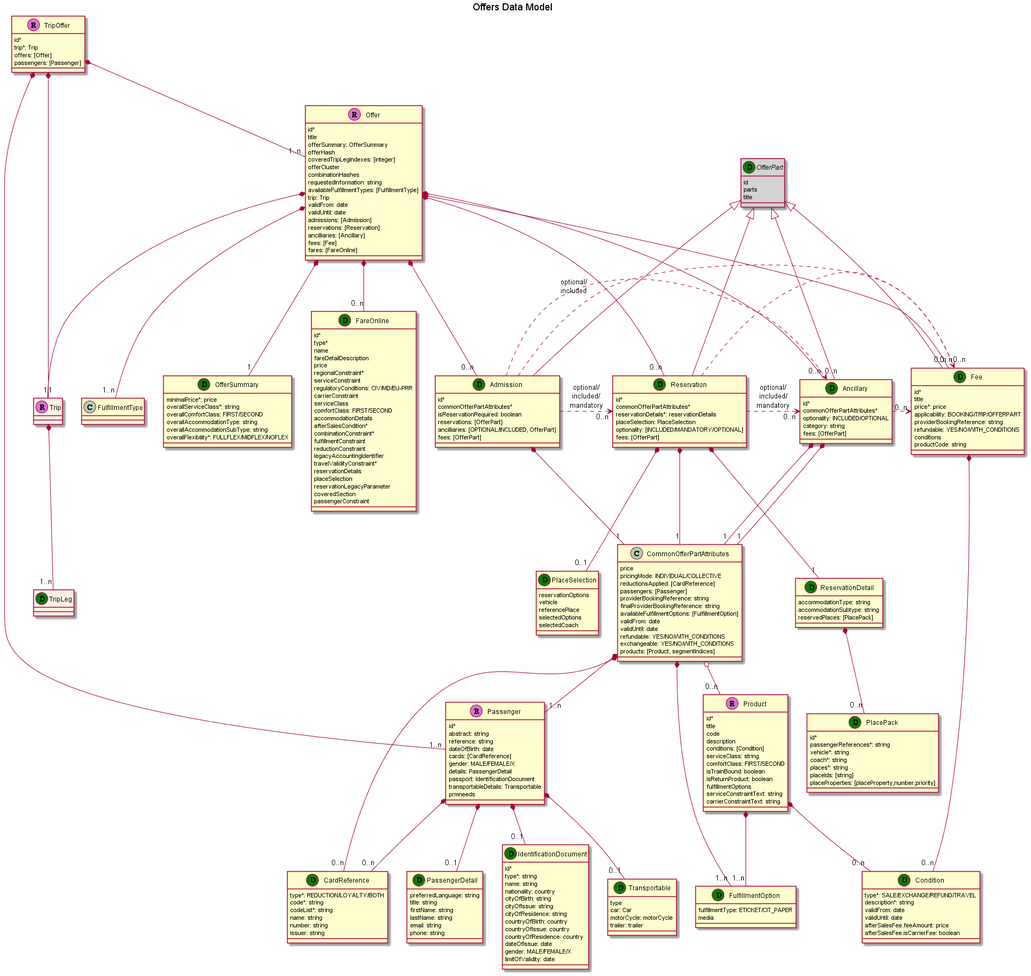
The PlantUML diagram images/models/offers-data-model.png in UnionInternationalCheminsdeFer/OSDM, before a commit. The source it was exported from:
```plantuml
@startuml
title: Offers Data Model

class Trip <<R,Orchid>> #linen {
}

Trip *-- "1..n" TripLeg

class TripLeg <<D, Green>> #linen {
}

class TripOffer <<R,orchid>>  {
  id*
  trip*: Trip
  offers: [Offer]
  passengers: [Passenger]
}

TripOffer *-- "1..n" Offer
TripOffer *-- "1..n" Passenger
TripOffer *-- "1" Trip

class Offer <<R,orchid>> {
  id*
  title
  offerSummary: OfferSummary
  offerHash
  coveredTripLegIndexes: [integer]
  offerCluster
  combinationHashes
  requestedInformation: string
  availableFulfillmentTypes: [FulfillmentType]
  trip: Trip
  validFrom: date
  validUntil: date
  admissions: [Admission]
  reservations: [Reservation]
  ancilliaries: [Ancillary]
  fees: [Fee]
  fares: [FareOnline]
}

Offer *-- "0..n" Admission
Offer *-- "0..n" Reservation
Offer *-- "0..n" Ancillary
Offer *-- "0..n" Fee
Offer *-- "0..n" FareOnline
Offer *-- "1" Trip
Offer *-- "1..n" FulfillmentType
Offer *-- "1" OfferSummary

class OfferSummary <<D,green>> {
  minimalPrice*: price
  overallServiceClass*: string
  overallComfortClass: FIRST/SECOND
  overallAccommodationType: string
  overallAccommodationSubType: string
  overallFlexibility*: FULLFLEX/MIDFLEX/NOFLEX
}

abstract class OfferPart <<D,green>> #lightgrey {
  id
  parts
  title
}

OfferPart <|-- Admission
OfferPart <|-- Reservation
OfferPart <|-- Ancillary
OfferPart <|-- Fee

class CommonOfferPartAttributes {
  price
  pricingMode: INDIVIDUAL/COLLECTIVE
  reductionsApplied: [CardReference]
  passengers: [Passenger]
  providerBookingReference: string
  finalProviderBookingReference: string
  availableFulfillmentOptions: [FulfillmentOption]
  validFrom: date
  validUntil: date
  refundable: YES/NO/WITH_CONDITIONS
  exchangeable: YES/NO/WITH_CONDITIONS
  products: [Product, segmentIndices]
}

CommonOfferPartAttributes *-- "0..n" CardReference
CommonOfferPartAttributes *-- "1..n" Passenger
CommonOfferPartAttributes *-- "1..n" FulfillmentOption
CommonOfferPartAttributes o-- "0..n" Product

class Ancillary <<D,green>> {
  id*
  commonOfferPartAttributes*
  optionality: INCLUDED/OPTIONAL
  category: string
  fees: [OfferPart]
}

Ancillary *-- "1" CommonOfferPartAttributes
Ancillary *-- "1" CommonOfferPartAttributes
Ancillary .>"0..n" Fee


class Admission <<D,green>> {
  id*
  commonOfferPartAttributes*
  isReservationRequired: boolean
  reservations: [OfferPart]
  ancilliaries: [OPTIONAL/INCLUDED, OfferPart]
  fees: [OfferPart]
}

Admission *-- "1" CommonOfferPartAttributes
Admission .>"0..n" Reservation:optional/\nincluded/\nmandatory
Admission .>"0..n" Ancillary:optional/\nincluded
Admission .>"0..n" Fee

class Reservation <<D,green>> {
  id*
  commonOfferPartAttributes*
  reservationDetails*: reservationDetails
  placeSelection: PlaceSelection
  optionality: [INCLUDED/MANDATORY/OPTIONAL]
  fees: [OfferPart]
}

Reservation *-- "1" CommonOfferPartAttributes
Reservation *-- "1" ReservationDetail
Reservation *-- "0..1" PlaceSelection
Reservation .>"0..n" Fee
Reservation .>"0..n" Ancillary:optional/\nincluded/\nmandatory

class ReservationDetail<<D,green>> {
  accommodationType: string
  accommodationSubtype: string
  reservedPlaces: [PlacePack]
}

ReservationDetail *-- "0..n" PlacePack

class PlacePack<<D,green>> {
  id*
  passengerReferences*: string
  vehicle*: string
  coach*: string
  places*: string
  placeIds: [string]
  placeProperties: [placeProperty,number,priority]
}

class PlaceSelection<<D,green>> {
  reservationOptions
  vehicle
  referencePlace
  selectedOptions
  selectedCoach
}

class Fee<<D,green>> {
  id*
  title
  price*: price
  applicability: BOOKING/TRIP/OFFERPART
  providerBookingReference: string
  refundable: YES/NO/WITH_CONDITIONS
  conditions
  productCode: string
}

Fee *-- "0..n" Condition

class Product <<R,orchid>> {
  id*
  title
  code
  description
  conditions: [Condition]
  serviceClass: string
  comfortClass: FIRST/SECOND
  isTrainBound: boolean
  isReturnProduct: boolean
  fulfillmentOptions
  serviceConstraintText: string
  carrierConstraintText: string
}

Product *-- "0..n" Condition
Product *-- "1..n" FulfillmentOption

class Condition<<D,green>> {
  type*: SALE/EXCHANGE/REFUND/TRAVEL
  description*: string
  validFrom: date
  validUntil: date
  afterSalesFee.feeAmount: price
  afterSalesFee.isCarrierFee: boolean
}

class FulfillmentOption<<D,green>> {
  fulfillmentType: ETICKET/CIT_PAPER
  media
}

class Passenger <<R, orchid>> {
  id*
  abstract: string
  reference: string
  dateOfBirth: date
  cards: [CardReference]
  gender: MALE/FEMALE/X
  details: PassengerDetail
  passport: IdentificationDocument
  transportableDetails: Transportable
  prmneeds
}

Passenger *-- "0..n" CardReference
Passenger *-- "0..1" PassengerDetail
Passenger *-- "0..1" IdentificationDocument
Passenger *-- "0..1" Transportable

class PassengerDetail<<D,green>> {
  preferredLanguage: string
  title: string
  firstName: string
  lastName: string
  email: string
  phone: string
}

class CardReference<<D,green>> {
  type*: REDUCTION/LOYALTY/BOTH
  code*: string
  codeList*: string
  name: string
  number: string
  issuer: string
}

class IdentificationDocument<<D,green>> {
  id*
  type*: string
  name: string
  nationality: country
  cityOfBirth: string
  cityOfIssue: string
  cityOfResidence: string
  countryOfBirth: country
  countryOfIssue: country
  countryOfResidence: country
  dateOfIssue: date
  gender: MALE/FEMALE/X
  limitOfValidity: date
}

class Transportable<<D,green>> {
  type
  car: Car
  motorCycle: motorCycle
  trailer: trailer
}

class FareOnline <<D,green>> {
  id*
  type*
  name
  fareDetailDescription
  price
  regionalConstraint*
  serviceConstraint
  regulatoryConditions: CIV/MD/EU-PRR
  carrierConstraint
  serviceClass
  comfortClass: FIRST/SECOND
  accommodationDetails
  afterSalesCondition*
  combinationConstraint*
  fulfillmentConstraint
  reductionConstraint
  legacyAccountingIdentifier
  travelValidityConstraint*
  reservationDetails
  placeSelection
  reservationLegacyParameter
  coveredSection
  passengerConstraint
}
@enduml
```
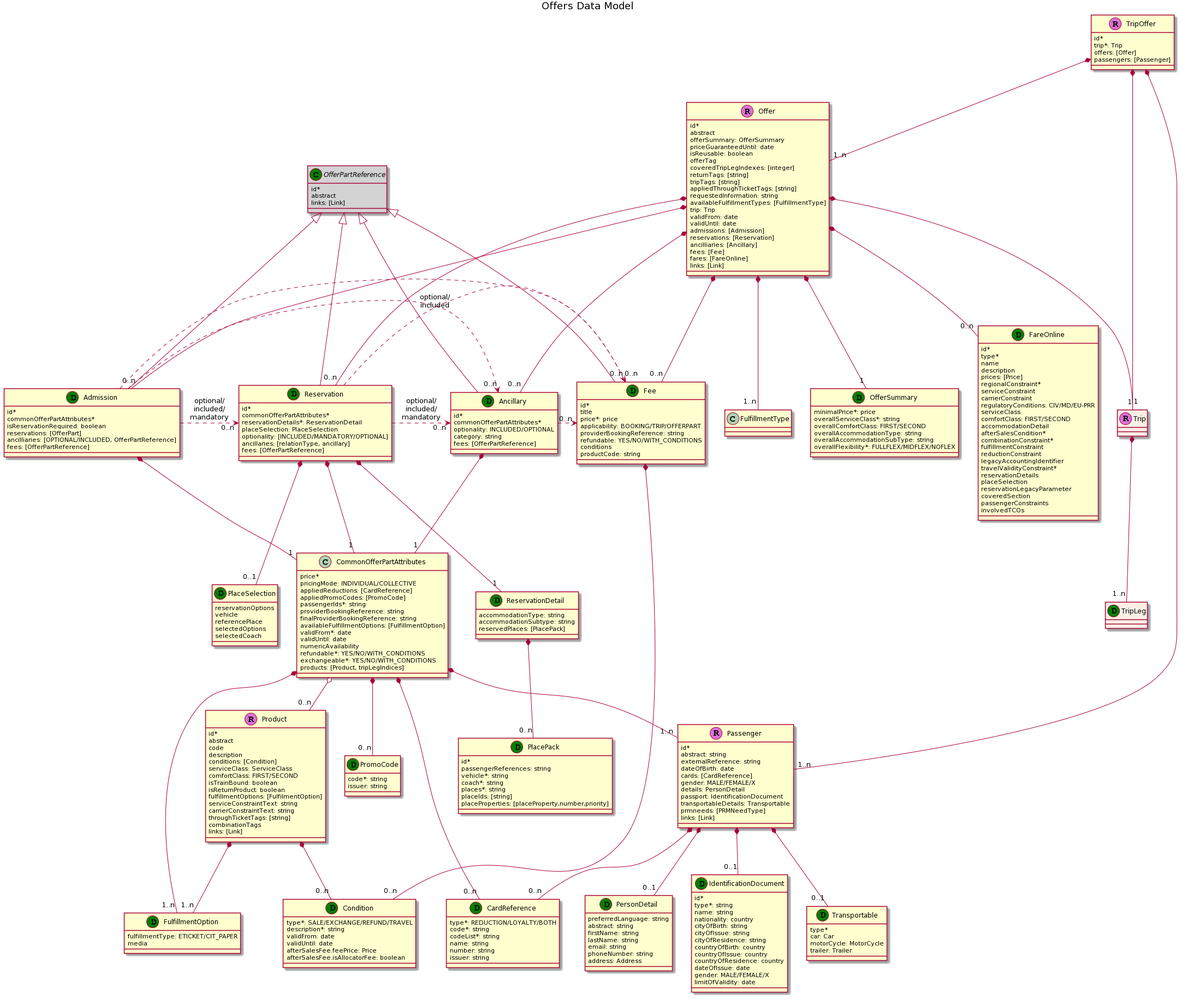
After the commit.

Change to the diagram source:
```diff
@@ -22,12 +22,15 @@
 
 class Offer <<R,orchid>> {
   id*
-  title
+  abstract
   offerSummary: OfferSummary
-  offerHash
+  priceGuaranteedUntil: date
+  isReusable: boolean
+  offerTag
   coveredTripLegIndexes: [integer]
-  offerCluster
-  combinationHashes
+  returnTags: [string]
+  tripTags: [string]
+  appliedThroughTicketTags: [string]
   requestedInformation: string
   availableFulfillmentTypes: [FulfillmentType]
   trip: Trip
@@ -38,6 +41,7 @@
   ancilliaries: [Ancillary]
   fees: [Fee]
   fares: [FareOnline]
+  links: [Link]
 }
 
 Offer *-- "0..n" Admission
@@ -58,33 +62,36 @@
   overallFlexibility*: FULLFLEX/MIDFLEX/NOFLEX
 }
 
-abstract class OfferPart <<D,green>> #lightgrey {
-  id
-  parts
-  title
+abstract class OfferPartReference <<C,green>> #lightgrey {
+  id*
+  abstract
+  links: [Link]
 }
 
-OfferPart <|-- Admission
-OfferPart <|-- Reservation
-OfferPart <|-- Ancillary
-OfferPart <|-- Fee
+OfferPartReference <|-- Admission
+OfferPartReference <|-- Reservation
+OfferPartReference <|-- Ancillary
+OfferPartReference <|-- Fee
 
 class CommonOfferPartAttributes {
-  price
+  price*
   pricingMode: INDIVIDUAL/COLLECTIVE
-  reductionsApplied: [CardReference]
-  passengers: [Passenger]
+  appliedReductions: [CardReference]
+  appliedPromoCodes: [PromoCode]
+  passengerIds*: string
   providerBookingReference: string
   finalProviderBookingReference: string
   availableFulfillmentOptions: [FulfillmentOption]
-  validFrom: date
+  validFrom*: date
   validUntil: date
-  refundable: YES/NO/WITH_CONDITIONS
-  exchangeable: YES/NO/WITH_CONDITIONS
-  products: [Product, segmentIndices]
+  numericAvailability
+  refundable*: YES/NO/WITH_CONDITIONS
+  exchangeable*: YES/NO/WITH_CONDITIONS
+  products: [Product, tripLegIndices]
 }
 
 CommonOfferPartAttributes *-- "0..n" CardReference
+CommonOfferPartAttributes *-- "0..n" PromoCode
 CommonOfferPartAttributes *-- "1..n" Passenger
 CommonOfferPartAttributes *-- "1..n" FulfillmentOption
 CommonOfferPartAttributes o-- "0..n" Product
@@ -94,10 +101,9 @@
   commonOfferPartAttributes*
   optionality: INCLUDED/OPTIONAL
   category: string
-  fees: [OfferPart]
+  fees: [OfferPartReference]
 }
 
-Ancillary *-- "1" CommonOfferPartAttributes
 Ancillary *-- "1" CommonOfferPartAttributes
 Ancillary .>"0..n" Fee
 
@@ -107,8 +113,8 @@
   commonOfferPartAttributes*
   isReservationRequired: boolean
   reservations: [OfferPart]
-  ancilliaries: [OPTIONAL/INCLUDED, OfferPart]
-  fees: [OfferPart]
+  ancilliaries: [OPTIONAL/INCLUDED, OfferPartReference]
+  fees: [OfferPartReference]
 }
 
 Admission *-- "1" CommonOfferPartAttributes
@@ -119,10 +125,11 @@
 class Reservation <<D,green>> {
   id*
   commonOfferPartAttributes*
-  reservationDetails*: reservationDetails
+  reservationDetails*: ReservationDetail
   placeSelection: PlaceSelection
   optionality: [INCLUDED/MANDATORY/OPTIONAL]
-  fees: [OfferPart]
+  ancillaries: [relationType, ancillary]
+  fees: [OfferPartReference]
 }
 
 Reservation *-- "1" CommonOfferPartAttributes
@@ -141,7 +148,7 @@
 
 class PlacePack<<D,green>> {
   id*
-  passengerReferences*: string
+  passengerReferences: string
   vehicle*: string
   coach*: string
   places*: string
@@ -172,17 +179,20 @@
 
 class Product <<R,orchid>> {
   id*
-  title
+  abstract
   code
   description
   conditions: [Condition]
-  serviceClass: string
+  serviceClass: ServiceClass
   comfortClass: FIRST/SECOND
   isTrainBound: boolean
   isReturnProduct: boolean
-  fulfillmentOptions
+  fulfillmentOptions: [FulfilmentOption]
   serviceConstraintText: string
   carrierConstraintText: string
+  throughTicketTags: [string]
+  combinationTags
+  links: [Link]
 }
 
 Product *-- "0..n" Condition
@@ -193,8 +203,8 @@
   description*: string
   validFrom: date
   validUntil: date
-  afterSalesFee.feeAmount: price
-  afterSalesFee.isCarrierFee: boolean
+  afterSalesFee.feePrice: Price
+  afterSalesFee.isAllocatorFee: boolean
 }
 
 class FulfillmentOption<<D,green>> {
@@ -205,28 +215,30 @@
 class Passenger <<R, orchid>> {
   id*
   abstract: string
-  reference: string
+  externalReference: string
   dateOfBirth: date
   cards: [CardReference]
   gender: MALE/FEMALE/X
-  details: PassengerDetail
+  details: PersonDetail
   passport: IdentificationDocument
   transportableDetails: Transportable
-  prmneeds
+  prmneeds: [PRMNeedType]
+  links: [Link]
 }
 
 Passenger *-- "0..n" CardReference
-Passenger *-- "0..1" PassengerDetail
+Passenger *-- "0..1" PersonDetail
 Passenger *-- "0..1" IdentificationDocument
 Passenger *-- "0..1" Transportable
 
-class PassengerDetail<<D,green>> {
+class PersonDetail<<D,green>> {
   preferredLanguage: string
-  title: string
+  abstract: string
   firstName: string
   lastName: string
   email: string
-  phone: string
+  phoneNumber: string
+  address: Address
 }
 
 class CardReference<<D,green>> {
@@ -235,6 +247,12 @@
   codeList*: string
   name: string
   number: string
+  issuer: string
+}
+
+
+class PromoCode<<D,green>> {
+  code*: string
   issuer: string
 }
 
@@ -255,25 +273,25 @@
 }
 
 class Transportable<<D,green>> {
-  type
+  type*
   car: Car
-  motorCycle: motorCycle
-  trailer: trailer
+  motorCycle: MotorCycle
+  trailer: Trailer
 }
 
 class FareOnline <<D,green>> {
   id*
   type*
   name
-  fareDetailDescription
-  price
+  description
+  prices: [Price]
   regionalConstraint*
   serviceConstraint
+  carrierConstraint
   regulatoryConditions: CIV/MD/EU-PRR
-  carrierConstraint
   serviceClass
   comfortClass: FIRST/SECOND
-  accommodationDetails
+  accommodationDetail
   afterSalesCondition*
   combinationConstraint*
   fulfillmentConstraint
@@ -284,6 +302,7 @@
   placeSelection
   reservationLegacyParameter
   coveredSection
-  passengerConstraint
+  passengerConstraints
+  involvedTCOs
 }
 @enduml
```
